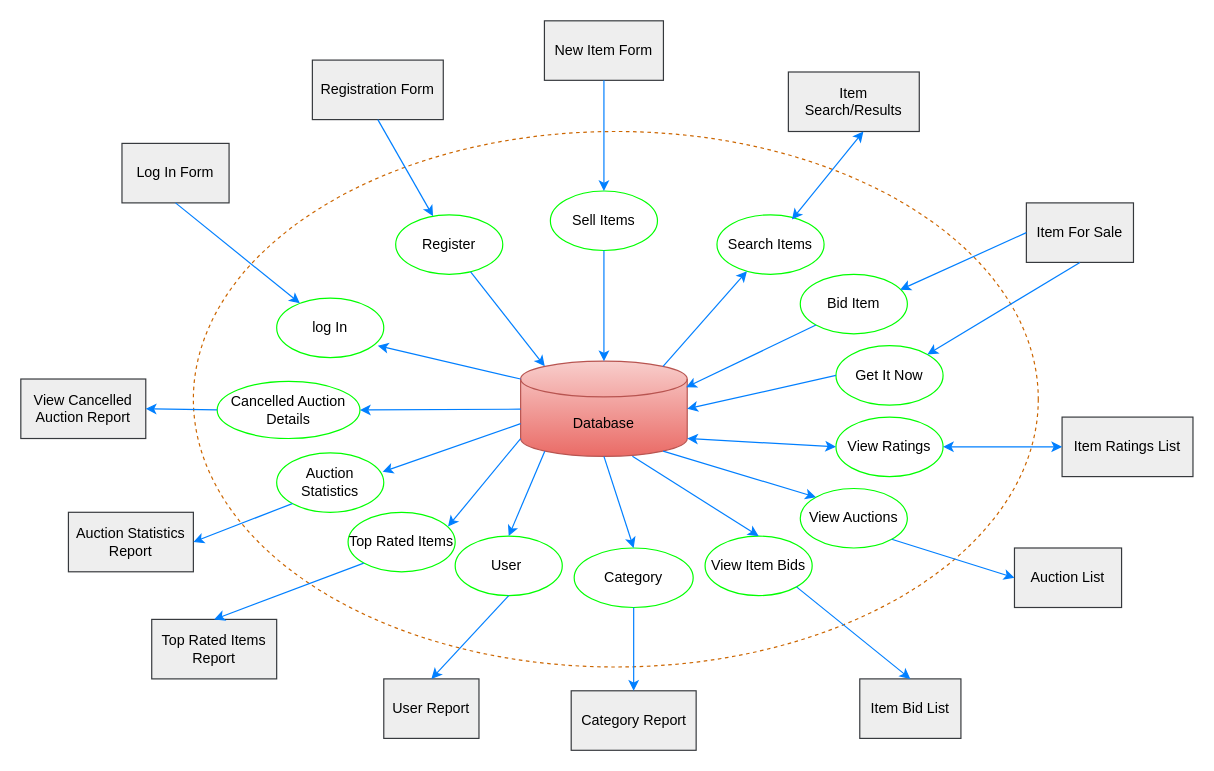
This is IFD_BuzzBid.drawio from jobanyv9/6400_DatbaseDesign, a draw.io file, before an edit. Source tidied: cells renumbered, new cells numbered last; positions are measured from the earlier drawing's top-left corner, leaving out a move shared by most shapes. Both pictures are drawn from the tidied source at 119%, with x=0, y=0 at pixel (20, 20).
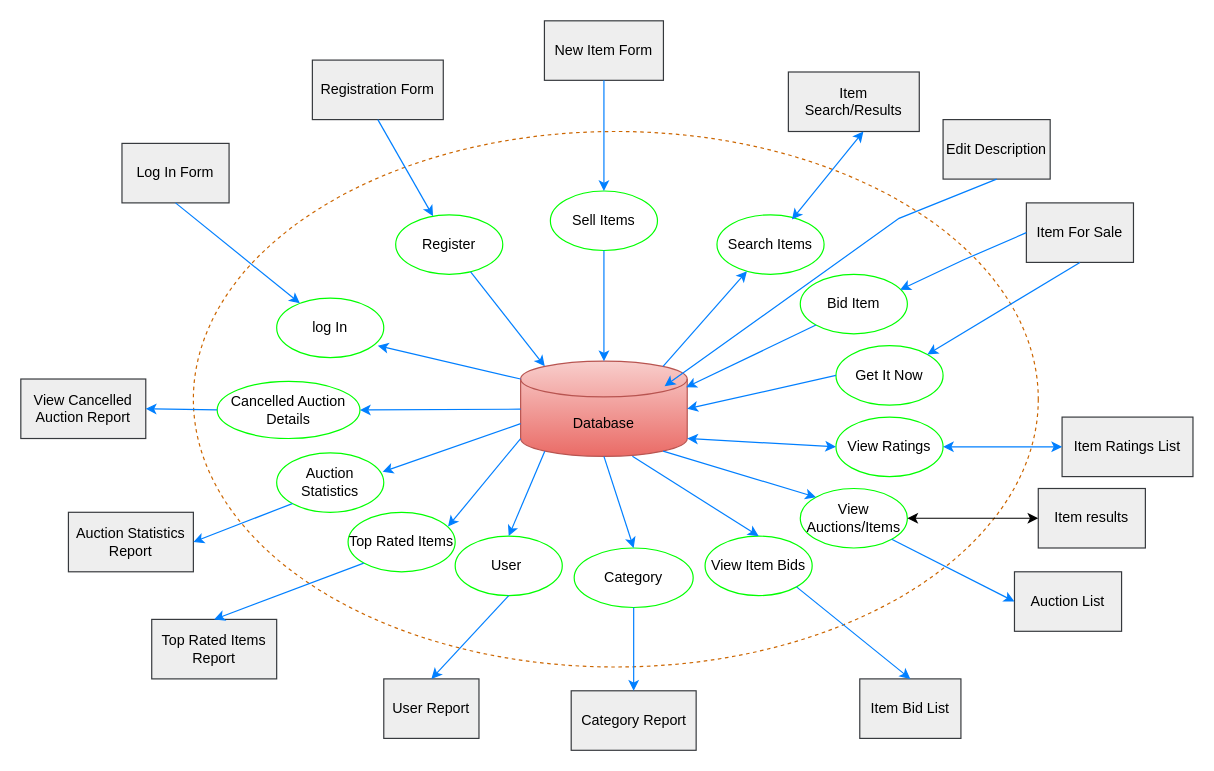
The same page after the edit.

The change refers to these unchanged cells:
```xml
<mxCell id="3" value="Database" style="shape=cylinder3;whiteSpace=wrap;html=1;boundedLbl=1;backgroundOutline=1;size=15;fillColor=#f8cecc;strokeColor=#b85450;gradientColor=#ea6b66;" parent="1" vertex="1">
  <mxGeometry x="420" y="286" width="140" height="80" as="geometry" />
</mxCell>
<mxCell id="28" value="Item For Sale" style="rounded=0;whiteSpace=wrap;html=1;fillColor=#eeeeee;strokeColor=#36393d;" parent="1" vertex="1">
  <mxGeometry x="845" y="153" width="90" height="50" as="geometry" />
</mxCell>
<mxCell id="31" value="Bid Item" style="ellipse;whiteSpace=wrap;html=1;strokeColor=#00FF00;" parent="1" vertex="1">
  <mxGeometry x="655" y="213" width="90" height="50" as="geometry" />
</mxCell>
```

Diff of the diagram source:
```diff
@@
-    <mxCell id="10" value="View Auctions" style="ellipse;whiteSpace=wrap;html=1;strokeColor=#00FF00;" parent="1" vertex="1">
+    <mxCell id="10" value="View Auctions/Items" style="ellipse;whiteSpace=wrap;html=1;strokeColor=#00FF00;" parent="1" vertex="1">
       <mxGeometry x="655" y="393" width="90" height="50" as="geometry" />
     </mxCell>
@@
     <mxCell id="35" style="endArrow=classic;html=1;rounded=0;entryX=0.933;entryY=0.26;entryDx=0;entryDy=0;entryPerimeter=0;exitX=0;exitY=0.5;exitDx=0;exitDy=0;strokeColor=#007FFF;" parent="1" edge="1" source="28" target="31">
-      <mxGeometry relative="1" as="geometry" />
+      <mxGeometry relative="1" as="geometry">
+        <Array as="points">
+          <mxPoint x="792" y="201" />
+        </Array>
+      </mxGeometry>
     </mxCell>
@@
     <mxCell id="41" value="Auction List" style="rounded=0;whiteSpace=wrap;html=1;fillColor=#eeeeee;strokeColor=#36393d;" parent="1" vertex="1">
-      <mxGeometry x="835" y="443" width="90" height="50" as="geometry" />
+      <mxGeometry x="835" y="463" width="90" height="50" as="geometry" />
     </mxCell>
@@
+    <mxCell id="59" value="Edit Description" style="rounded=0;whiteSpace=wrap;html=1;fillColor=#eeeeee;strokeColor=#36393d;" parent="1" vertex="1">
+      <mxGeometry x="775" y="83" width="90" height="50" as="geometry" />
+    </mxCell>
+    <mxCell id="60" style="endArrow=classic;html=1;rounded=0;entryX=0.864;entryY=0.263;entryDx=0;entryDy=0;entryPerimeter=0;exitX=0.5;exitY=1;exitDx=0;exitDy=0;strokeColor=#007FFF;" parent="1" edge="1" source="59" target="3">
+      <mxGeometry relative="1" as="geometry">
+        <Array as="points">
+          <mxPoint x="738" y="166" />
+        </Array>
+      </mxGeometry>
+    </mxCell>
+    <mxCell id="61" style="endArrow=classic;startArrow=classic;html=1;rounded=0;exitX=1;exitY=0.5;exitDx=0;exitDy=0;entryX=0;entryY=0.5;entryDx=0;entryDy=0;" parent="1" edge="1" source="10" target="62">
+      <mxGeometry relative="1" as="geometry" />
+    </mxCell>
+    <mxCell id="62" value="Item results" style="rounded=0;whiteSpace=wrap;html=1;fillColor=#eeeeee;strokeColor=#36393d;" parent="1" vertex="1">
+      <mxGeometry x="855" y="393" width="90" height="50" as="geometry" />
+    </mxCell>
```
